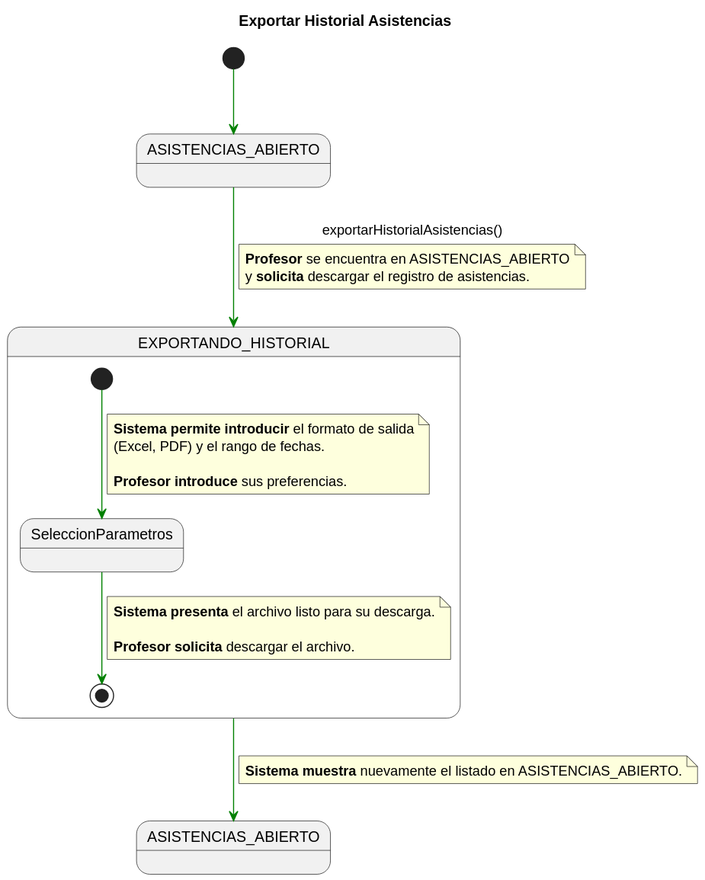
This is documents/CasosDeUso/DetalladoCasosDeUso/Profesor/exportarHistorialAsistencias.svg from enmabry/25-26-IdSw1-SdR, a PlantUML export, as it was before one commit.
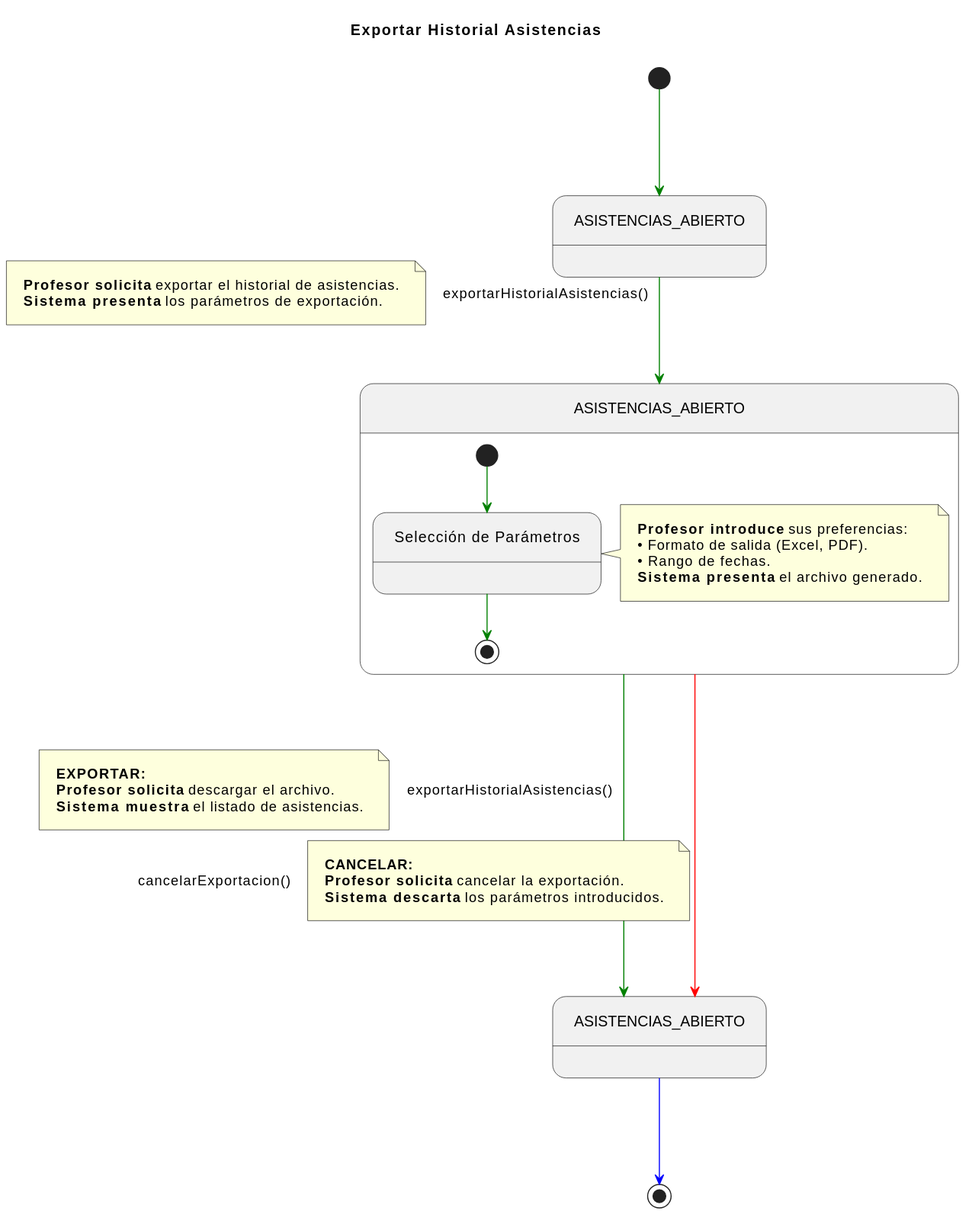
Later version of the same file.

The edit, as a diff of the source:
```diff
@@ -1,41 +1,47 @@
 @startuml
 title Exportar Historial Asistencias
-skinparam linetype polyline
+skinparam nodesep 100
+skinparam ranksep 100
+skinparam linetype ortho
+skinparam Padding 10
 
 state ASISTENCIAS_ABIERTO_INICIAL as "ASISTENCIAS_ABIERTO"
-state PROCESO_EXPORTACION_COMP    as "EXPORTANDO_HISTORIAL"
+state EXPORTACION_COMP            as "ASISTENCIAS_ABIERTO"
 state ASISTENCIAS_ABIERTO_FINAL   as "ASISTENCIAS_ABIERTO"
 
 [*] -[#green]-> ASISTENCIAS_ABIERTO_INICIAL
 
-ASISTENCIAS_ABIERTO_INICIAL -[#green]-> PROCESO_EXPORTACION_COMP : exportarHistorialAsistencias()
-note on link
-<b>Profesor</b> se encuentra en ASISTENCIAS_ABIERTO
-y <b>solicita</b> descargar el registro de asistencias.
+ASISTENCIAS_ABIERTO_INICIAL -[#green]-> EXPORTACION_COMP : exportarHistorialAsistencias()
+note left on link
+    <b>Profesor solicita</b> exportar el historial de asistencias.
+    <b>Sistema presenta</b> los parámetros de exportación.
 end note
 
-state PROCESO_EXPORTACION_COMP {
-
-    state SeleccionParametros
-
+state EXPORTACION_COMP {
+    state SeleccionParametros as "Selección de Parámetros"
     [*] -[#green]-> SeleccionParametros
-    note on link
-    <b>Sistema permite introducir</b> el formato de salida
-    (Excel, PDF) y el rango de fechas.
-
-    <b>Profesor introduce</b> sus preferencias.
+    note right of SeleccionParametros
+        <b>Profesor introduce</b> sus preferencias:
+        • Formato de salida (Excel, PDF).
+        • Rango de fechas.
+        <b>Sistema presenta</b> el archivo generado.
     end note
-
     SeleccionParametros -[#green]-> [*]
-    note on link
-    <b>Sistema presenta</b> el archivo listo para su descarga.
-
-    <b>Profesor solicita</b> descargar el archivo.
-    end note
 }
 
-PROCESO_EXPORTACION_COMP -[#green]-> ASISTENCIAS_ABIERTO_FINAL
-note on link
-<b>Sistema muestra</b> nuevamente el listado en ASISTENCIAS_ABIERTO.
+EXPORTACION_COMP -[#green]---> ASISTENCIAS_ABIERTO_FINAL : exportarHistorialAsistencias()
+note left on link
+    <b>EXPORTAR:</b>
+    <b>Profesor solicita</b> descargar el archivo.
+    <b>Sistema muestra</b> el listado de asistencias.
 end note
+
+EXPORTACION_COMP -[#red]---> ASISTENCIAS_ABIERTO_FINAL : cancelarExportacion()
+note right on link
+    <b>CANCELAR:</b>
+    <b>Profesor solicita</b> cancelar la exportación.
+    <b>Sistema descarta</b> los parámetros introducidos.
+end note
+
+ASISTENCIAS_ABIERTO_FINAL -[#blue]-> [*]
 @enduml
```
